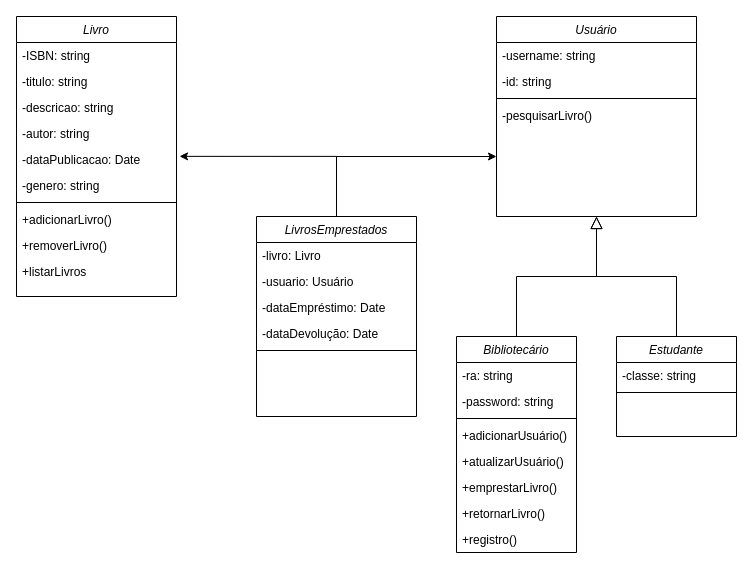
Earlier version of the draw.io diagram Untitled Diagram.drawio (JuanIWK3/diagrams). Source tidied: cells renumbered, new cells numbered last; positions are measured from the earlier drawing's top-left corner, leaving out a move shared by most shapes. Both pictures are drawn from the tidied source at 100%, with x=0, y=0 at pixel (16, 16).
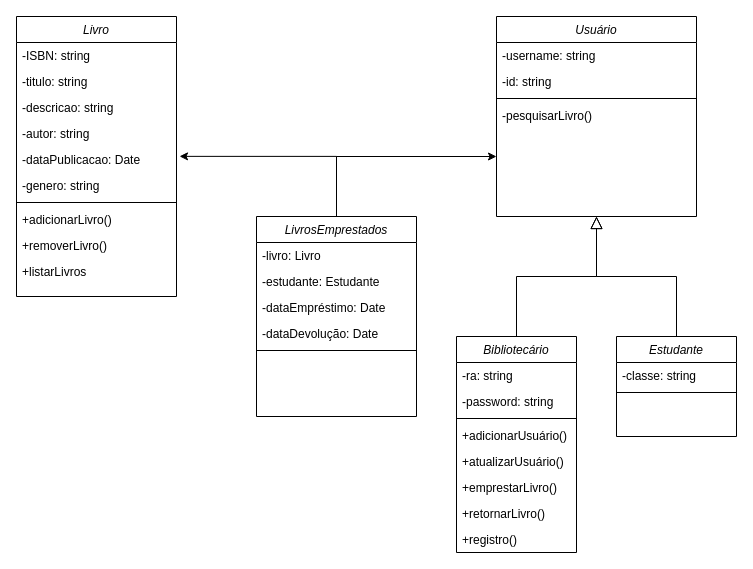
The same page after the edit.

Unchanged cells that the change refers to:
```xml
<mxCell id="34" value="LivrosEmprestados" style="swimlane;fontStyle=2;align=center;verticalAlign=top;horizontal=1;startSize=26;rounded=0;shadow=0;strokeWidth=1;" parent="1" vertex="1">
  <mxGeometry x="240" y="200" width="160" height="200" as="geometry" />
</mxCell>
```

Diff of the diagram source:
```diff
@@
-    <mxCell id="36" value="-usuario: Usuário" style="text;align=left;verticalAlign=top;spacingLeft=4;spacingRight=4;overflow=hidden;" parent="34" vertex="1">
+    <mxCell id="36" value="-estudante: Estudante" style="text;align=left;verticalAlign=top;spacingLeft=4;spacingRight=4;overflow=hidden;" parent="34" vertex="1">
       <mxGeometry y="52" width="160" height="26" as="geometry" />
     </mxCell>
```
